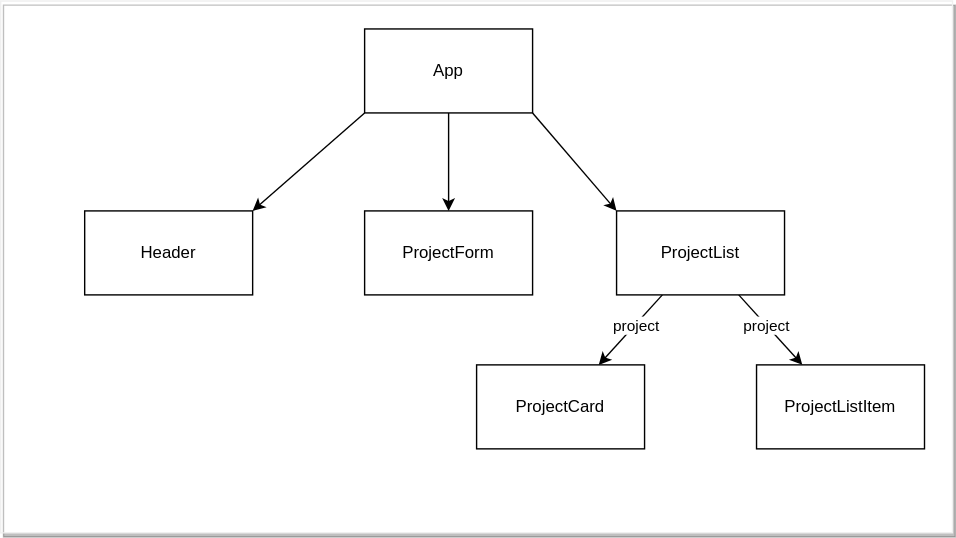
This is 02_state_and_events/assets/components-diagram.drawio.svg from learn-co-curriculum/SENG-LIVE-013023-Phase-2-React, a draw.io export, as it was before one commit. Source tidied: cells renumbered, new cells last; positions are measured from the earlier drawing's top-left corner, leaving out a move shared by most shapes.
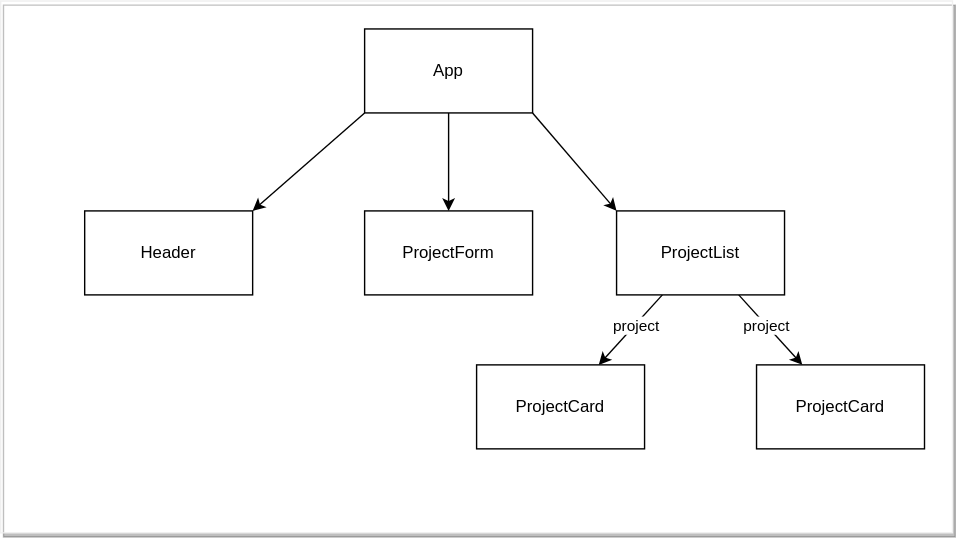
The same diagram one commit later.

Change to the diagram source:
```diff
@@ -49,7 +49,7 @@
     <mxCell id="16" style="endArrow=classic;html=1;entryX=0;entryY=0;entryDx=0;entryDy=0;exitX=1;exitY=1;exitDx=0;exitDy=0;" parent="1" edge="1" source="6" target="13">
       <mxGeometry relative="1" as="geometry" />
     </mxCell>
-    <mxCell id="17" value="ProjectListItem" style="rounded=0;whiteSpace=wrap;html=1;" parent="1" vertex="1">
+    <mxCell id="17" value="ProjectCard" style="rounded=0;whiteSpace=wrap;html=1;" parent="1" vertex="1">
       <mxGeometry x="540" y="260" width="120" height="60" as="geometry" />
     </mxCell>
   </root>
```
